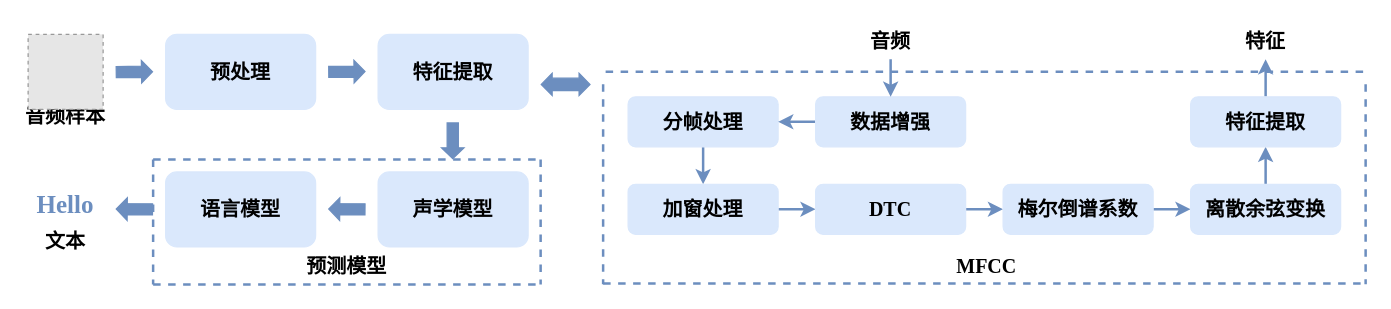
Momoyeyu/Draw.io-Repo keeps this draw.io diagram as ASR流程.drawio. Above is the earlier version. Source tidied: cells renumbered, new cells numbered last; positions are measured from the earlier drawing's top-left corner, leaving out a move shared by most shapes. Both pictures are drawn from the tidied source at 125%, with x=0, y=0 at pixel (21, 21). Pictures stored in the file or linked from it are replaced by grey dashed boxes.
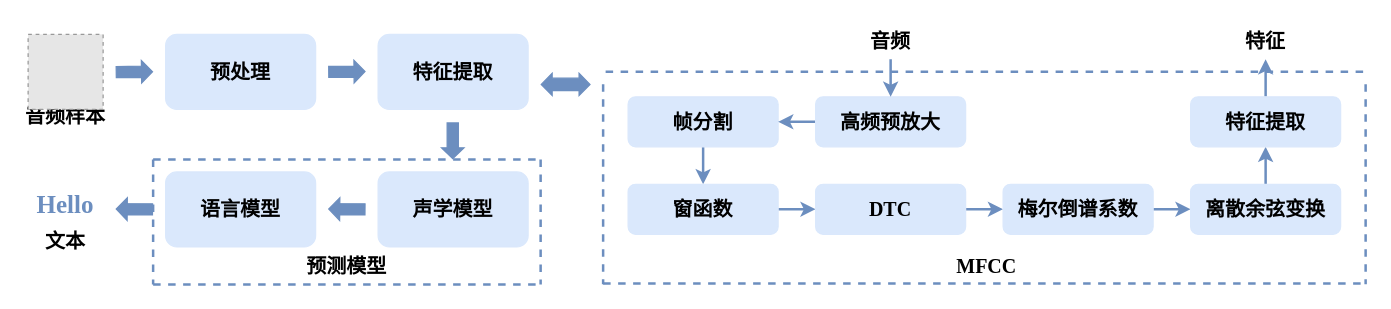
After the change.

Diff of the diagram source:
```diff
@@
-    <mxCell id="21" value="&lt;b&gt;&lt;font style=&quot;font-size: 16px;&quot;&gt;分帧处理&lt;/font&gt;&lt;/b&gt;" style="rounded=1;whiteSpace=wrap;html=1;fillColor=#DAE8FC;strokeColor=#DAE8FC;" parent="1" vertex="1">
+    <mxCell id="21" value="&lt;b&gt;&lt;font style=&quot;font-size: 16px;&quot;&gt;帧分割&lt;/font&gt;&lt;/b&gt;" style="rounded=1;whiteSpace=wrap;html=1;fillColor=#DAE8FC;strokeColor=#DAE8FC;" parent="1" vertex="1">
       <mxGeometry x="485" y="59.9" width="120" height="40" as="geometry" />
     </mxCell>
@@
-    <mxCell id="23" value="&lt;b&gt;&lt;font style=&quot;font-size: 16px;&quot;&gt;加窗处理&lt;/font&gt;&lt;/b&gt;" style="rounded=1;whiteSpace=wrap;html=1;fillColor=#DAE8FC;strokeColor=#DAE8FC;" parent="1" vertex="1">
+    <mxCell id="23" value="&lt;b&gt;&lt;font style=&quot;font-size: 16px;&quot;&gt;窗函数&lt;/font&gt;&lt;/b&gt;" style="rounded=1;whiteSpace=wrap;html=1;fillColor=#DAE8FC;strokeColor=#DAE8FC;" parent="1" vertex="1">
       <mxGeometry x="485" y="129.9" width="120" height="40" as="geometry" />
     </mxCell>
@@
-    <mxCell id="25" value="&lt;b&gt;&lt;font style=&quot;font-size: 16px;&quot;&gt;数据增强&lt;/font&gt;&lt;/b&gt;" style="rounded=1;whiteSpace=wrap;html=1;fillColor=#DAE8FC;strokeColor=#DAE8FC;" parent="1" vertex="1">
+    <mxCell id="25" value="&lt;b&gt;&lt;font style=&quot;font-size: 16px;&quot;&gt;高频预放大&lt;/font&gt;&lt;/b&gt;" style="rounded=1;whiteSpace=wrap;html=1;fillColor=#DAE8FC;strokeColor=#DAE8FC;" parent="1" vertex="1">
       <mxGeometry x="635" y="59.9" width="120" height="40" as="geometry" />
     </mxCell>
```
